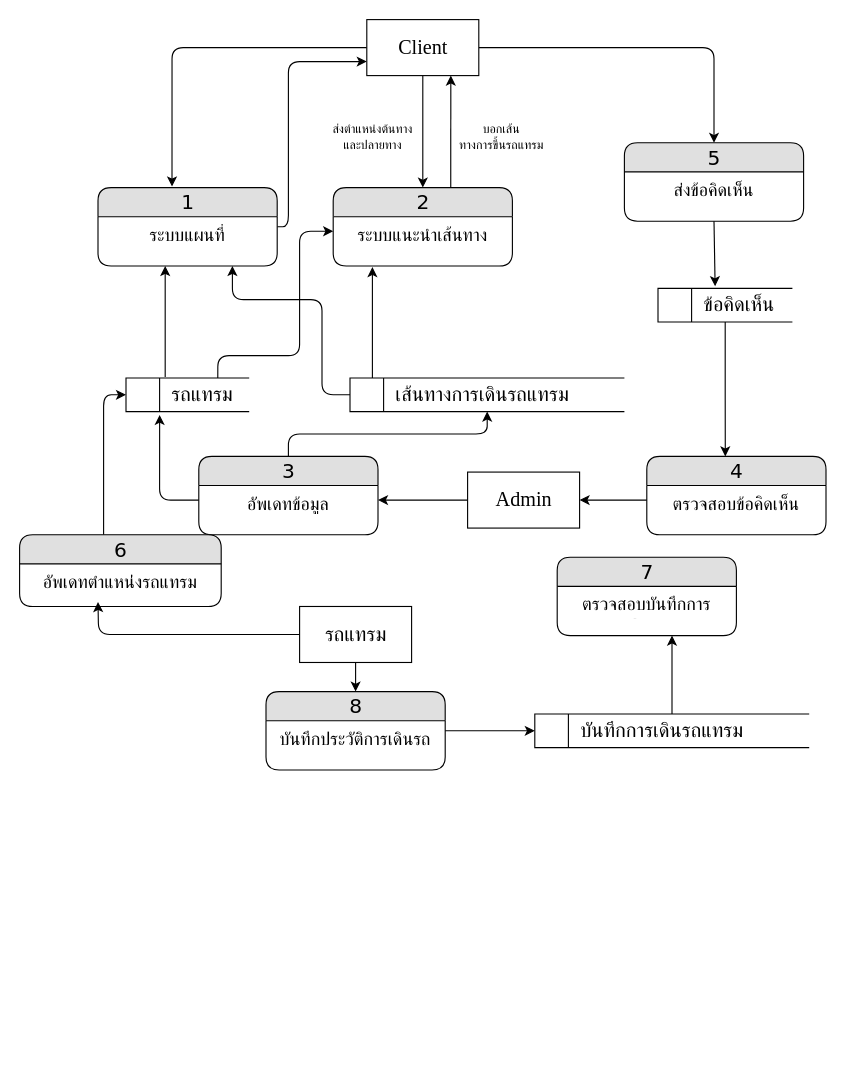
This is page "0" (2 of 3) of data_flow.drawio from Domineice/Tram_tracking_draft, a draw.io file, before an edit. Source tidied: cells renumbered, new cells numbered last; positions are measured from the earlier drawing's top-left corner, leaving out a move shared by most shapes. Both pictures are drawn from the tidied source at 112%, with x=0, y=0 at pixel (19, 19).
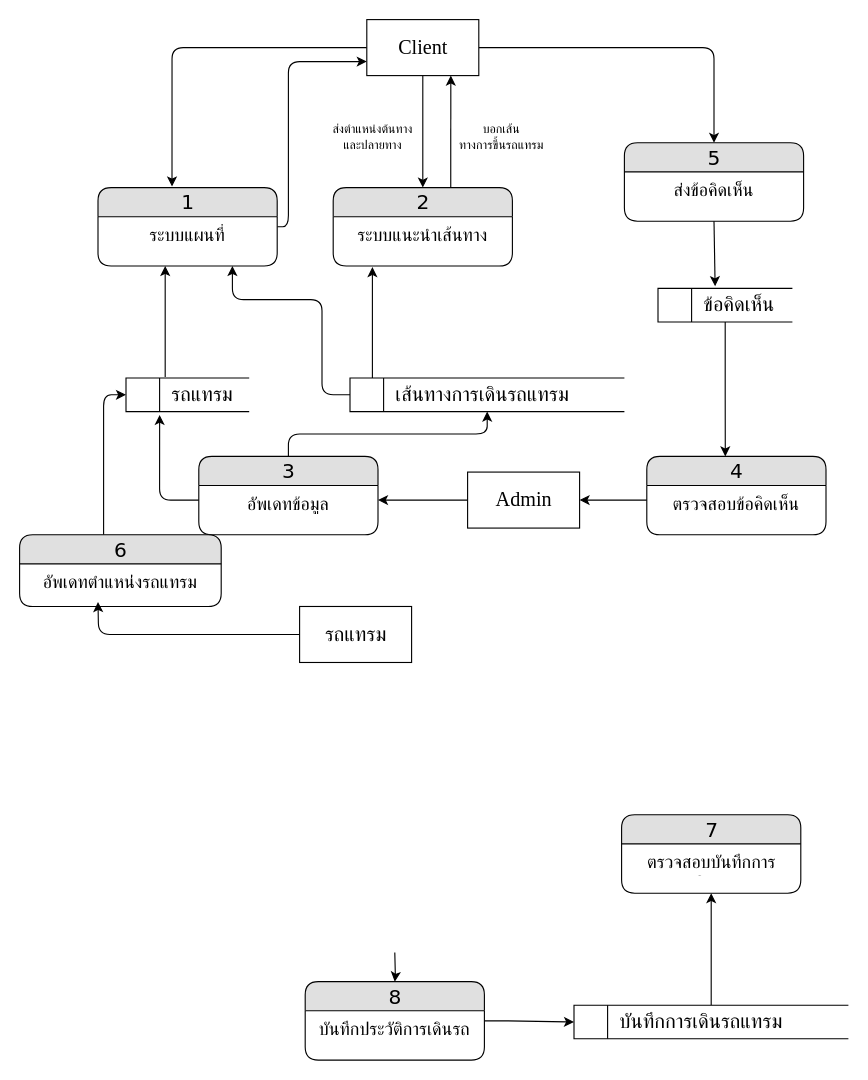
Above is the later version.

The change refers to these unchanged cells:
```xml
<mxCell id="7" value="&lt;font style=&quot;font-size: 16px&quot;&gt;ระบบแนะนำเส้นทาง&lt;/font&gt;" style="text;html=1;strokeColor=none;fillColor=none;spacingLeft=4;spacingRight=4;whiteSpace=wrap;overflow=hidden;points=[[0,0.5],[1,0.5]];portConstraint=eastwest;align=center;" parent="6" vertex="1">
  <mxGeometry y="26" width="160" height="26" as="geometry" />
</mxCell>
<mxCell id="13" value="&lt;span style=&quot;white-space: pre&quot;&gt;&#9;&lt;/span&gt;รถแทรม" style="html=1;dashed=0;whitespace=wrap;shape=mxgraph.dfd.dataStoreID;align=left;spacingLeft=3;points=[[0,0],[0.5,0],[1,0],[0,0.5],[1,0.5],[0,1],[0.5,1],[1,1]];fontFamily=Times New Roman;fontSize=18;" parent="1" vertex="1">
  <mxGeometry x="95" y="320" width="110" height="30" as="geometry" />
</mxCell>
<mxCell id="39" value="รถแทรม" style="html=1;dashed=0;whitespace=wrap;fontFamily=Times New Roman;fontSize=18;align=center;" parent="1" vertex="1">
  <mxGeometry x="250" y="524" width="100" height="50" as="geometry" />
</mxCell>
<mxCell id="45" value="&lt;span style=&quot;font-size: 16px&quot;&gt;บันทึกประวัติการเดินรถ&lt;/span&gt;" style="text;html=1;strokeColor=none;fillColor=none;spacingLeft=4;spacingRight=4;whiteSpace=wrap;overflow=hidden;points=[[0,0.5],[1,0.5]];portConstraint=eastwest;align=center;" parent="44" vertex="1">
  <mxGeometry y="26" width="160" height="26" as="geometry" />
</mxCell>
```

The edit, as a diff of the source:
```diff
@@
-    <mxCell id="16" style="endArrow=classic;html=1;rounded=1;fontFamily=Times New Roman;fontSize=18;exitX=0.745;exitY=0;exitDx=0;exitDy=0;exitPerimeter=0;entryX=0;entryY=0.5;entryDx=0;entryDy=0;" parent="1" edge="1" source="13" target="7">
-      <mxGeometry relative="1" as="geometry">
-        <Array as="points">
-          <mxPoint x="177" y="300" />
-          <mxPoint x="250" y="300" />
-          <mxPoint x="250" y="189" />
-        </Array>
-      </mxGeometry>
-    </mxCell>
@@
-    <mxCell id="38" style="edgeStyle=orthogonalEdgeStyle;rounded=0;jettySize=auto;html=1;" parent="1" edge="1" source="39" target="44">
-      <mxGeometry relative="1" as="geometry" />
-    </mxCell>
@@
-    <mxCell id="40" style="edgeStyle=orthogonalEdgeStyle;rounded=0;jettySize=auto;html=1;" parent="1" edge="1" source="41">
-      <mxGeometry relative="1" as="geometry">
-        <mxPoint x="582.5" y="550" as="targetPoint" />
-      </mxGeometry>
+    <mxCell id="40" style="edgeStyle=orthogonalEdgeStyle;rounded=0;jettySize=auto;html=1;exitX=0.5;exitY=0;exitDx=0;exitDy=0;entryX=0.5;entryY=1;entryDx=0;entryDy=0;" parent="1" edge="1" source="41" target="42">
+      <mxGeometry relative="1" as="geometry" />
     </mxCell>
+    <mxCell id="47" style="edgeStyle=orthogonalEdgeStyle;rounded=0;jettySize=auto;html=1;" parent="1" edge="1" target="44">
+      <mxGeometry relative="1" as="geometry">
+        <mxPoint x="335" y="833" as="sourcePoint" />
+      </mxGeometry>
+    </mxCell>
     <mxCell id="41" value="&lt;span style=&quot;white-space: pre&quot;&gt;&#9;&lt;/span&gt;บันทึกการเดินรถแทรม" style="html=1;dashed=0;whitespace=wrap;shape=mxgraph.dfd.dataStoreID;align=left;spacingLeft=3;points=[[0,0],[0.5,0],[1,0],[0,0.5],[1,0.5],[0,1],[0.5,1],[1,1]];fontFamily=Times New Roman;fontSize=18;" parent="1" vertex="1">
-      <mxGeometry x="460" y="620" width="245" height="30" as="geometry" />
+      <mxGeometry x="495" y="880" width="245" height="30" as="geometry" />
     </mxCell>
     <mxCell id="42" value="&lt;font style=&quot;font-size: 18px&quot;&gt;7&lt;br&gt;&lt;/font&gt;" style="swimlane;html=1;fontStyle=0;horizontal=1;startSize=26;fillColor=#e0e0e0;swimlaneFillColor=#ffffff;align=center;rounded=1;shadow=0;comic=0;labelBackgroundColor=none;strokeWidth=1;fontFamily=Verdana;fontSize=12;" parent="1" vertex="1">
-      <mxGeometry x="480" y="480" width="160" height="70" as="geometry" />
+      <mxGeometry x="537.5" y="710" width="160" height="70" as="geometry" />
     </mxCell>
@@
     <mxCell id="44" value="&lt;font style=&quot;font-size: 18px&quot;&gt;8&lt;br&gt;&lt;/font&gt;" style="swimlane;html=1;fontStyle=0;horizontal=1;startSize=26;fillColor=#e0e0e0;swimlaneFillColor=#ffffff;align=center;rounded=1;shadow=0;comic=0;labelBackgroundColor=none;strokeWidth=1;fontFamily=Verdana;fontSize=12;" parent="1" vertex="1">
-      <mxGeometry x="220" y="600" width="160" height="70" as="geometry" />
+      <mxGeometry x="255" y="859" width="160" height="70" as="geometry" />
     </mxCell>
@@
     <mxCell id="46" style="edgeStyle=orthogonalEdgeStyle;rounded=0;jettySize=auto;html=1;entryX=0;entryY=0.5;entryDx=0;entryDy=0;" parent="1" edge="1" source="45" target="41">
       <mxGeometry relative="1" as="geometry">
         <Array as="points">
-          <mxPoint x="400" y="635" />
-          <mxPoint x="400" y="635" />
+          <mxPoint x="435" y="894" />
+          <mxPoint x="435" y="894" />
         </Array>
       </mxGeometry>
     </mxCell>
```
